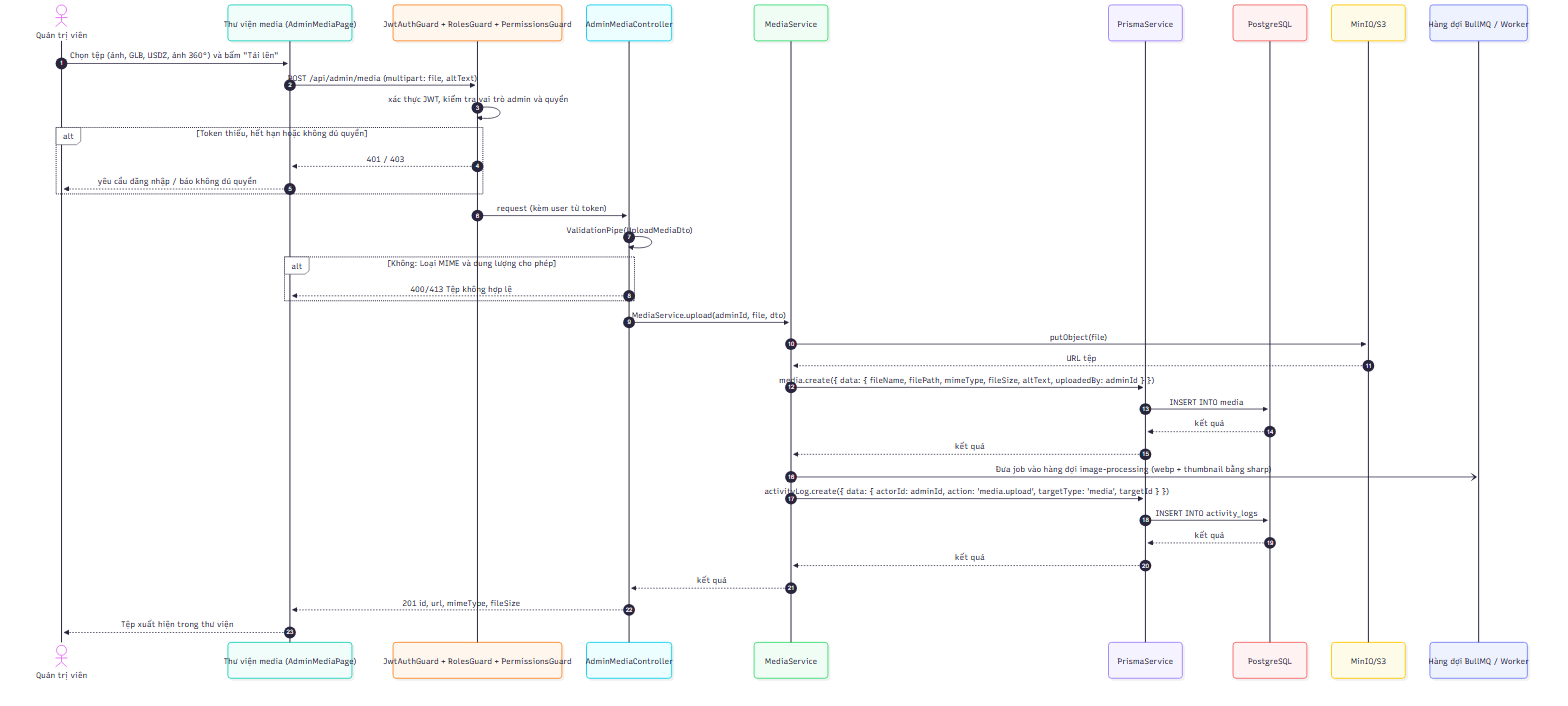
The Mermaid diagram docs/diagrams/png/sequence_UC-ADM-04_quan-ly-media-anh-tep.png in 2431540234-arch/XDUDTMDT, before a commit. Its source is kept beside it as docs/diagrams/src/sequence_UC-ADM-04_quan-ly-media-anh-tep.mmd.
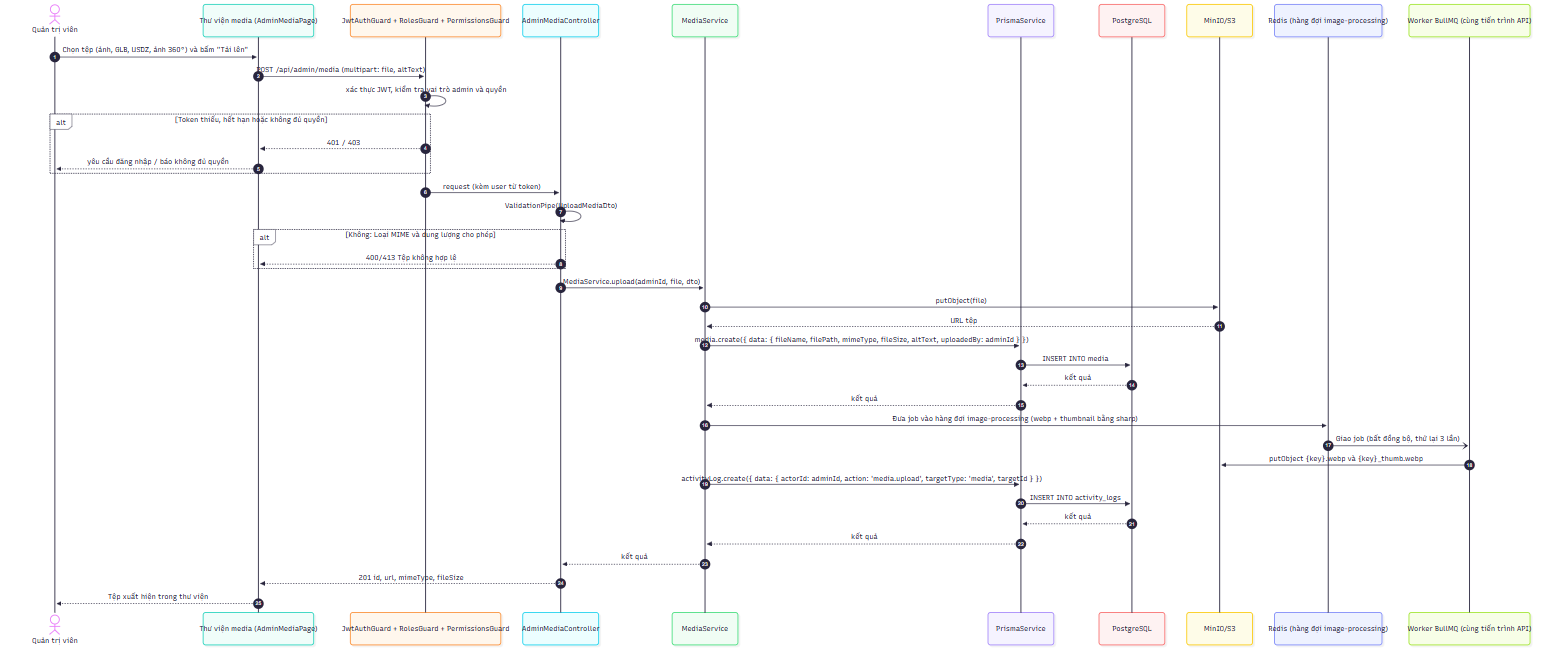
The same diagram one commit later.

The edit, as a diff of the source:
```diff
@@ -8,7 +8,8 @@
     participant P as PrismaService
     participant D as PostgreSQL
     participant X as MinIO/S3
-    participant W as Hàng đợi BullMQ / Worker
+    participant Q as Redis (hàng đợi image-processing)
+    participant W as Worker BullMQ (cùng tiến trình API)
     A->>FE: Chọn tệp (ảnh, GLB, USDZ, ảnh 360°) và bấm "Tải lên"
     FE->>G: POST /api/admin/media (multipart: file, altText)
     G->>G: xác thực JWT, kiểm tra vai trò admin và quyền
@@ -28,7 +29,9 @@
     P->>D: INSERT INTO media
     D-->>P: kết quả
     P-->>S: kết quả
-    S-)W: Đưa job vào hàng đợi image-processing (webp + thumbnail bằng sharp)
+    S->>Q: Đưa job vào hàng đợi image-processing (webp + thumbnail bằng sharp)
+    Q-)W: Giao job (bất đồng bộ, thử lại 3 lần)
+    W->>X: putObject {key}.webp và {key}_thumb.webp
     S->>P: activityLog.create({ data: { actorId: adminId, action: 'media.upload', targetType: 'media', targetId } })
     P->>D: INSERT INTO activity_logs
     D-->>P: kết quả
```
